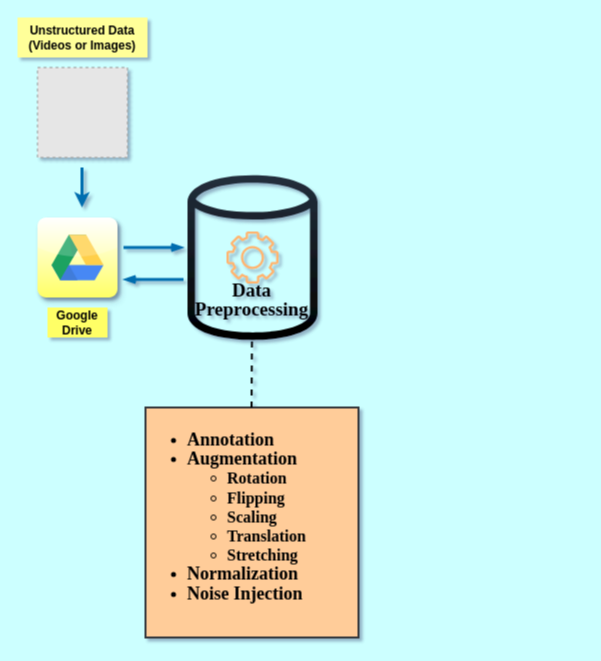
Above: Untitled Diagram.drawio in bogathimadhureddy/Egg_crack_detection (draw.io), before the change. Source tidied: cells renumbered, new cells numbered last; positions are measured from the earlier drawing's top-left corner, leaving out a move shared by most shapes. Both pictures are drawn from the tidied source at 100%, with x=0, y=0 at pixel (17, 17). Pictures stored in the file or linked from it are replaced by grey dashed boxes.
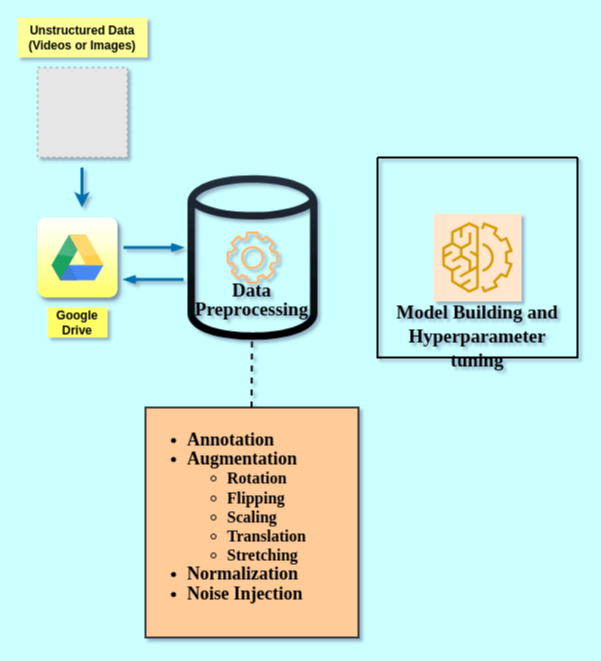
Above is the later version.

Diff of the diagram source:
```diff
@@
 <mxGraphModel background="#CCFFFF" shadow="1">
   <root>
     <mxCell id="0" />
     <mxCell id="1" parent="0" />
     <mxCell id="2" style="dashed=0;html=1;align=center;labelPosition=center;verticalLabelPosition=bottom;verticalAlign=top;shape=mxgraph.webicons.google_drive;gradientColor=#FFFF66;shadow=1;perimeterSpacing=9;" parent="1" vertex="1">
       <mxGeometry x="20" y="200" width="80" height="80" as="geometry" />
     </mxCell>
     <mxCell id="3" value="&lt;blockquote style=&quot;margin: 0 0 0 40px; border: none; padding: 0px;&quot;&gt;&lt;/blockquote&gt;&lt;ul style=&quot;line-height: 120%; font-size: 16px;&quot;&gt;&lt;li style=&quot;&quot;&gt;&lt;b style=&quot;&quot;&gt;&lt;font style=&quot;font-size: 18px;&quot; face=&quot;Times New Roman&quot; color=&quot;#000000&quot;&gt;Annotation&lt;/font&gt;&lt;/b&gt;&lt;/li&gt;&lt;li style=&quot;&quot;&gt;&lt;b&gt;&lt;font style=&quot;font-size: 18px;&quot; face=&quot;Times New Roman&quot; color=&quot;#000000&quot;&gt;Augmentation&lt;/font&gt;&lt;/b&gt;&lt;/li&gt;&lt;ul&gt;&lt;li style=&quot;&quot;&gt;&lt;b style=&quot;&quot;&gt;&lt;font style=&quot;font-size: 16px;&quot; face=&quot;Times New Roman&quot; color=&quot;#000000&quot;&gt;Rotation&lt;/font&gt;&lt;/b&gt;&lt;/li&gt;&lt;li style=&quot;&quot;&gt;&lt;b style=&quot;&quot;&gt;&lt;font style=&quot;font-size: 16px;&quot; face=&quot;Times New Roman&quot; color=&quot;#000000&quot;&gt;Flipping&lt;/font&gt;&lt;/b&gt;&lt;/li&gt;&lt;li style=&quot;&quot;&gt;&lt;b style=&quot;&quot;&gt;&lt;font style=&quot;font-size: 16px;&quot; face=&quot;Times New Roman&quot; color=&quot;#000000&quot;&gt;Scaling&lt;/font&gt;&lt;/b&gt;&lt;/li&gt;&lt;li style=&quot;&quot;&gt;&lt;b style=&quot;&quot;&gt;&lt;font style=&quot;font-size: 16px;&quot; face=&quot;Times New Roman&quot; color=&quot;#000000&quot;&gt;Translation&lt;/font&gt;&lt;/b&gt;&lt;/li&gt;&lt;li style=&quot;&quot;&gt;&lt;b style=&quot;&quot;&gt;&lt;font style=&quot;font-size: 16px;&quot; face=&quot;Times New Roman&quot; color=&quot;#000000&quot;&gt;Stretching&amp;nbsp;&lt;/font&gt;&lt;/b&gt;&lt;/li&gt;&lt;/ul&gt;&lt;li style=&quot;&quot;&gt;&lt;b style=&quot;&quot;&gt;&lt;font style=&quot;font-size: 18px;&quot; face=&quot;Times New Roman&quot; color=&quot;#000000&quot;&gt;Normalization&lt;/font&gt;&lt;/b&gt;&lt;/li&gt;&lt;li style=&quot;&quot;&gt;&lt;font style=&quot;font-size: 18px;&quot; face=&quot;Times New Roman&quot; color=&quot;#000000&quot;&gt;&lt;b&gt;Noise Injection&amp;nbsp;&lt;/b&gt;&lt;/font&gt;&lt;/li&gt;&lt;/ul&gt;&lt;blockquote style=&quot;margin: 0 0 0 40px; border: none; padding: 0px;&quot;&gt;&lt;/blockquote&gt;" style="strokeWidth=2;shadow=0;align=right;html=1;shape=mxgraph.mockup.text.bulletedList;textColor=#666666;mainText=,,,,;textSize=17;bulletStyle=none;strokeColor=#36393d;fillColor=#ffcc99;align=left;verticalAlign=top;fontSize=17;labelBorderColor=none;rotation=0;flipV=1;flipH=1;" parent="1" vertex="1">
       <mxGeometry x="128" y="390" width="213" height="230" as="geometry" />
     </mxCell>
     <mxCell id="4" style="fillColor=#E6E6E6;strokeColor=#999999;dashed=1;verticalLabelPosition=bottom;verticalAlign=top;" parent="1" vertex="1">
       <mxGeometry x="20" y="50" width="90" height="90" as="geometry" />
     </mxCell>
     <mxCell id="5" style="endArrow=classic;html=1;rounded=1;fillColor=#1ba1e2;strokeColor=#006EAF;strokeWidth=3;" parent="1" edge="1">
       <mxGeometry relative="1" as="geometry">
         <mxPoint x="64.5" y="150" as="sourcePoint" />
         <mxPoint x="64.5" y="190" as="targetPoint" />
       </mxGeometry>
     </mxCell>
     <mxCell id="6" value="&lt;b&gt;Unstructured Data (Videos or Images)&lt;/b&gt;" style="text;html=1;strokeColor=none;fillColor=#FFFF99;align=center;verticalAlign=middle;whiteSpace=wrap;rounded=0;" parent="1" vertex="1">
       <mxGeometry width="130" height="40" as="geometry" />
     </mxCell>
     <mxCell id="7" value="&lt;b&gt;Google Drive&lt;/b&gt;" style="text;html=1;strokeColor=none;fillColor=#FFFF66;align=center;verticalAlign=middle;whiteSpace=wrap;rounded=0;" parent="1" vertex="1">
       <mxGeometry x="30" y="290" width="60" height="30" as="geometry" />
     </mxCell>
     <mxCell id="8" style="sketch=0;outlineConnect=0;fontColor=#232F3E;gradientColor=default;fillColor=#232F3D;strokeColor=none;dashed=0;verticalLabelPosition=bottom;verticalAlign=top;align=center;html=1;fontSize=12;fontStyle=0;shape=mxgraph.aws4.generic_database;strokeWidth=3;" parent="1" vertex="1">
       <mxGeometry x="170" y="154.1" width="130" height="171.9" as="geometry" />
     </mxCell>
     <mxCell id="9" style="sketch=0;fontColor=#232F3E;gradientColor=none;fillColor=#FFB570;strokeColor=none;dashed=0;verticalLabelPosition=bottom;verticalAlign=top;align=center;html=1;fontSize=12;fontStyle=0;shape=mxgraph.aws4.gear;" parent="1" vertex="1">
       <mxGeometry x="209" y="214" width="52" height="52" as="geometry" />
     </mxCell>
     <mxCell id="10" style="edgeStyle=orthogonalEdgeStyle;html=1;endArrow=openThin;elbow=vertical;startArrow=none;endFill=0;strokeColor=#006EAF;rounded=0;fillColor=#6a00ff;strokeWidth=3;" parent="1" edge="1">
       <mxGeometry relative="1" as="geometry">
         <mxPoint x="106" y="230" as="sourcePoint" />
         <mxPoint x="166" y="230" as="targetPoint" />
       </mxGeometry>
     </mxCell>
     <mxCell id="11" style="edgeStyle=orthogonalEdgeStyle;html=1;endArrow=openThin;elbow=vertical;startArrow=none;endFill=0;strokeColor=#006EAF;rounded=0;fillColor=#6a00ff;strokeWidth=3;" parent="1" edge="1">
       <mxGeometry relative="1" as="geometry">
         <mxPoint x="166" y="262" as="sourcePoint" />
         <mxPoint x="106" y="262" as="targetPoint" />
       </mxGeometry>
     </mxCell>
     <mxCell id="12" style="endArrow=none;dashed=1;html=1;strokeWidth=2;rounded=0;hachureGap=4;fontFamily=Architects Daughter;fontSize=16;exitX=0.502;exitY=1;exitDx=0;exitDy=0;exitPerimeter=0;" parent="1" edge="1" source="3" target="8">
       <mxGeometry relative="1" as="geometry" />
     </mxCell>
     <mxCell id="13" value="&lt;p style=&quot;line-height: 90%;&quot;&gt;&lt;font face=&quot;Times New Roman&quot; style=&quot;font-size: 19px;&quot;&gt;Data Preprocessing&lt;/font&gt;&lt;/p&gt;" style="text;html=1;strokeColor=none;fillColor=none;align=center;verticalAlign=middle;whiteSpace=wrap;rounded=0;fontSize=19;fontFamily=Architects Daughter;fontStyle=1;labelBackgroundColor=none;spacing=1;" parent="1" vertex="1">
       <mxGeometry x="167" y="250" width="135" height="64" as="geometry" />
     </mxCell>
+    <mxCell id="14" style="swimlane;startSize=0;hachureGap=4;fontFamily=Architects Daughter;fontSize=20;strokeWidth=2;swimlaneLine=0;" parent="1" vertex="1">
+      <mxGeometry x="360" y="140" width="200" height="200" as="geometry" />
+    </mxCell>
+    <mxCell id="15" style="sketch=0;fillColor=#ffe6cc;strokeColor=#d79b00;dashed=0;verticalLabelPosition=bottom;verticalAlign=top;align=center;html=1;fontSize=12;fontStyle=0;shape=mxgraph.aws4.resourceIcon;resIcon=mxgraph.aws4.machine_learning;hachureGap=4;jiggle=2;curveFitting=1;fontFamily=Architects Daughter;" parent="14" vertex="1">
+      <mxGeometry x="56" y="56" width="88" height="88" as="geometry" />
+    </mxCell>
+    <mxCell id="16" value="&lt;font size=&quot;1&quot; face=&quot;Times New Roman&quot;&gt;&lt;b style=&quot;font-size: 19px;&quot;&gt;Model Building and Hyperparameter tuning&lt;/b&gt;&lt;/font&gt;" style="text;html=1;strokeColor=none;fillColor=none;align=center;verticalAlign=middle;whiteSpace=wrap;rounded=0;fontSize=20;fontFamily=Architects Daughter;" parent="14" vertex="1">
+      <mxGeometry x="10" y="140" width="180" height="75.9" as="geometry" />
+    </mxCell>
   </root>
 </mxGraphModel>
```
